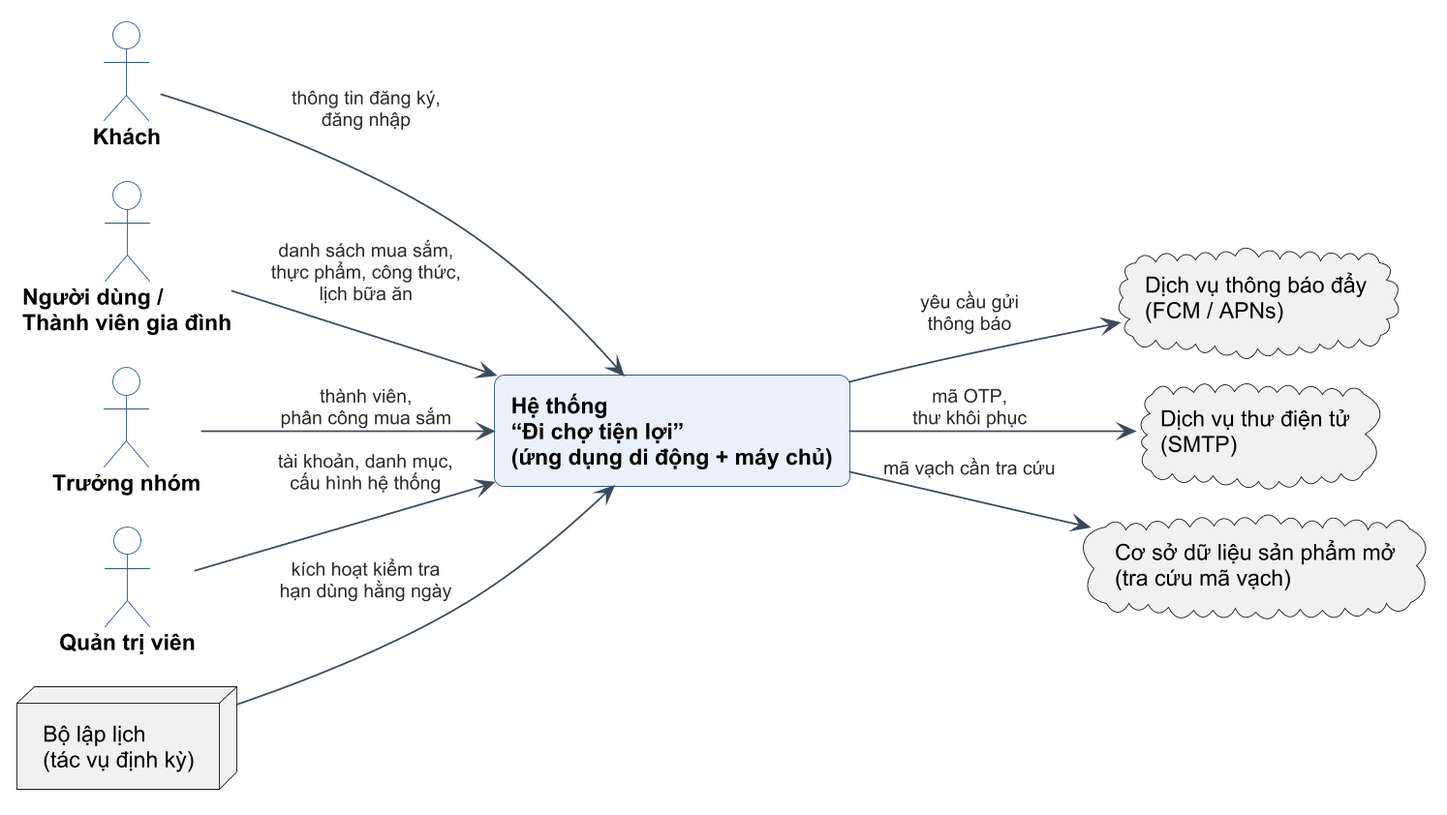
Before: figures/diagrams/c1-04-ngu-canh.png, a diagram exported from PlantUML (PhucNguyen204/report-project).
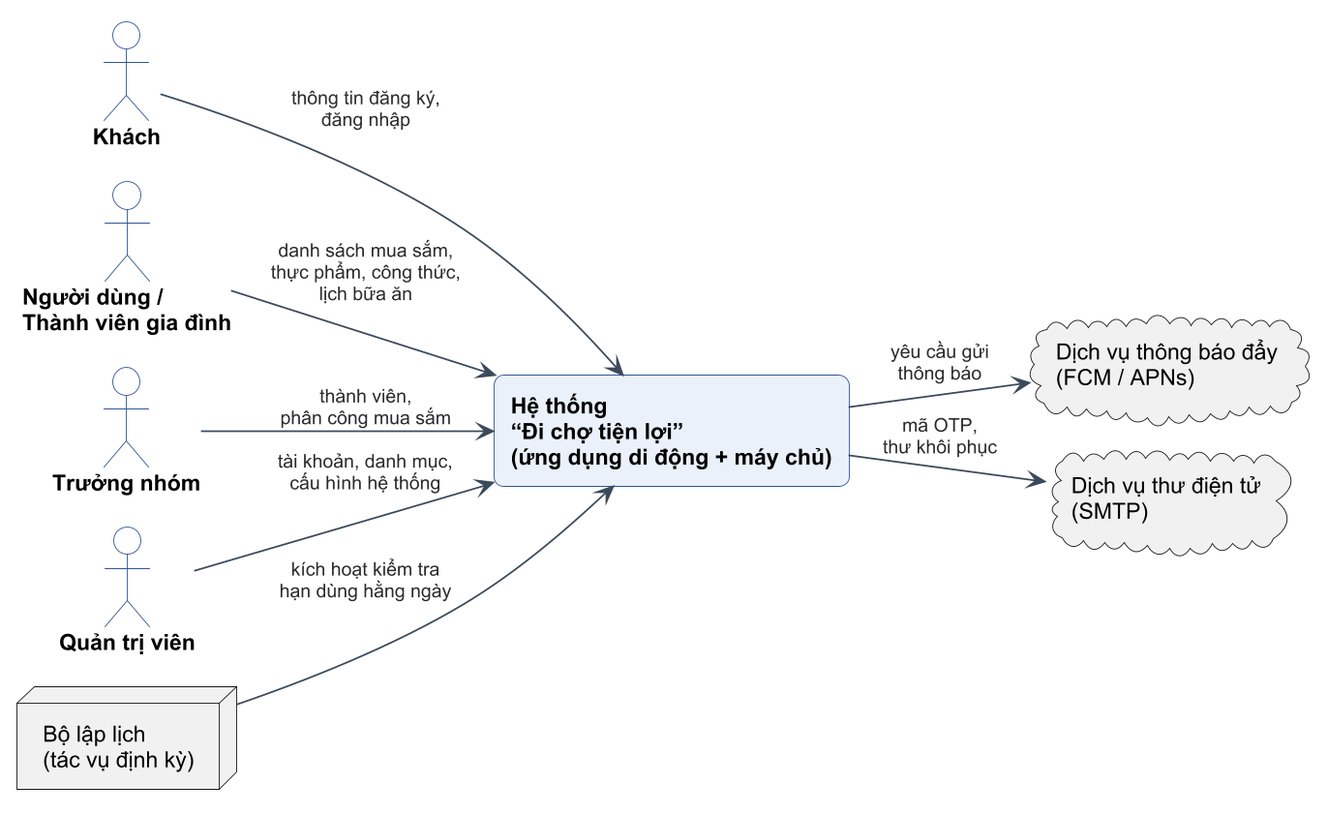
The same diagram one commit later.

The edit, as a diff of the source:
```diff
@@ -11,7 +11,6 @@
 
 cloud "Dịch vụ thông báo đẩy\n(FCM / APNs)" as PUSH
 cloud "Dịch vụ thư điện tử\n(SMTP)" as MAIL
-cloud "Cơ sở dữ liệu sản phẩm mở\n(tra cứu mã vạch)" as BAR
 node "Bộ lập lịch\n(tác vụ định kỳ)" as CRON
 
 G --> SYS : thông tin đăng ký,\nđăng nhập
@@ -20,6 +19,5 @@
 A --> SYS : tài khoản, danh mục,\ncấu hình hệ thống
 SYS --> PUSH : yêu cầu gửi\nthông báo
 SYS --> MAIL : mã OTP,\nthư khôi phục
-SYS --> BAR : mã vạch cần tra cứu
 CRON --> SYS : kích hoạt kiểm tra\nhạn dùng hằng ngày
 @enduml
```
